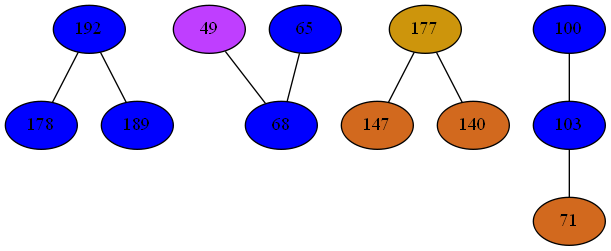
mbajaj92/Project-Astoria keeps this Graphviz diagram as Compiler/33phiGraph.png. Above is the earlier version. Its source is kept beside it as Compiler/33phiGraph.dot. The source it was exported from:
```dot
strict graph {
192[label="192" style=filled fillcolor="blue1"];
192 -- 178
192 -- 189
49[label="49" style=filled fillcolor="darkorchid1"];
49 -- 68
65[label="65" style=filled fillcolor="blue1"];
65 -- 68
177[label="177" style=filled fillcolor="darkgoldenrod3"];
177 -- 147
177 -- 140
178[label="178" style=filled fillcolor="blue1"];
178 -- 192
147[label="147" style=filled fillcolor="chocolate"];
147 -- 177
68[label="68" style=filled fillcolor="blue1"];
68 -- 49
68 -- 65
100[label="100" style=filled fillcolor="blue1"];
100 -- 103
103[label="103" style=filled fillcolor="blue1"];
103 -- 100
103 -- 71
71[label="71" style=filled fillcolor="chocolate"];
71 -- 103
140[label="140" style=filled fillcolor="chocolate"];
140 -- 177
189[label="189" style=filled fillcolor="blue1"];
189 -- 192
}
```
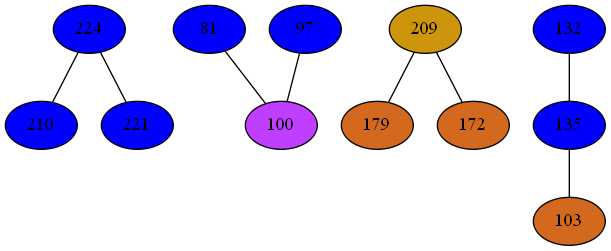
After the change.

Diff of the diagram source:
```diff
@@ -1,30 +1,30 @@
 strict graph {
-192[label="192" style=filled fillcolor="blue1"];
-192 -- 178
-192 -- 189
-49[label="49" style=filled fillcolor="darkorchid1"];
-49 -- 68
-65[label="65" style=filled fillcolor="blue1"];
-65 -- 68
-177[label="177" style=filled fillcolor="darkgoldenrod3"];
-177 -- 147
-177 -- 140
-178[label="178" style=filled fillcolor="blue1"];
-178 -- 192
-147[label="147" style=filled fillcolor="chocolate"];
-147 -- 177
-68[label="68" style=filled fillcolor="blue1"];
-68 -- 49
-68 -- 65
-100[label="100" style=filled fillcolor="blue1"];
-100 -- 103
-103[label="103" style=filled fillcolor="blue1"];
-103 -- 100
-103 -- 71
-71[label="71" style=filled fillcolor="chocolate"];
-71 -- 103
-140[label="140" style=filled fillcolor="chocolate"];
-140 -- 177
-189[label="189" style=filled fillcolor="blue1"];
-189 -- 192
+224[label="224" style=filled fillcolor="blue1"];
+224 -- 210
+224 -- 221
+81[label="81" style=filled fillcolor="blue1"];
+81 -- 100
+97[label="97" style=filled fillcolor="blue1"];
+97 -- 100
+209[label="209" style=filled fillcolor="darkgoldenrod3"];
+209 -- 179
+209 -- 172
+210[label="210" style=filled fillcolor="blue1"];
+210 -- 224
+179[label="179" style=filled fillcolor="chocolate"];
+179 -- 209
+100[label="100" style=filled fillcolor="darkorchid1"];
+100 -- 81
+100 -- 97
+132[label="132" style=filled fillcolor="blue1"];
+132 -- 135
+135[label="135" style=filled fillcolor="blue1"];
+135 -- 132
+135 -- 103
+103[label="103" style=filled fillcolor="chocolate"];
+103 -- 135
+172[label="172" style=filled fillcolor="chocolate"];
+172 -- 209
+221[label="221" style=filled fillcolor="blue1"];
+221 -- 224
 }
```
